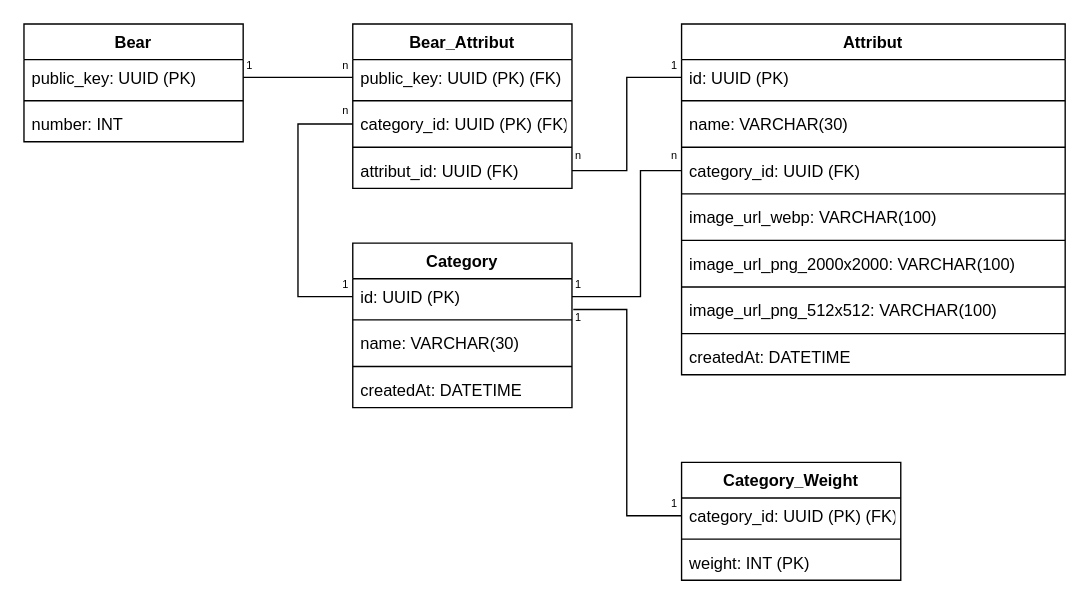
This is page "Page-1" (1 of 2) of resources/database/uml_er_diagram.drawio from okbcommunity/dressing-room-backend, a draw.io file, before an edit. Source tidied: cells renumbered, new cells numbered last; positions are measured from the earlier drawing's top-left corner, leaving out a move shared by most shapes. Both pictures are drawn from the tidied source at 137%, with x=0, y=0 at pixel (23, 23).
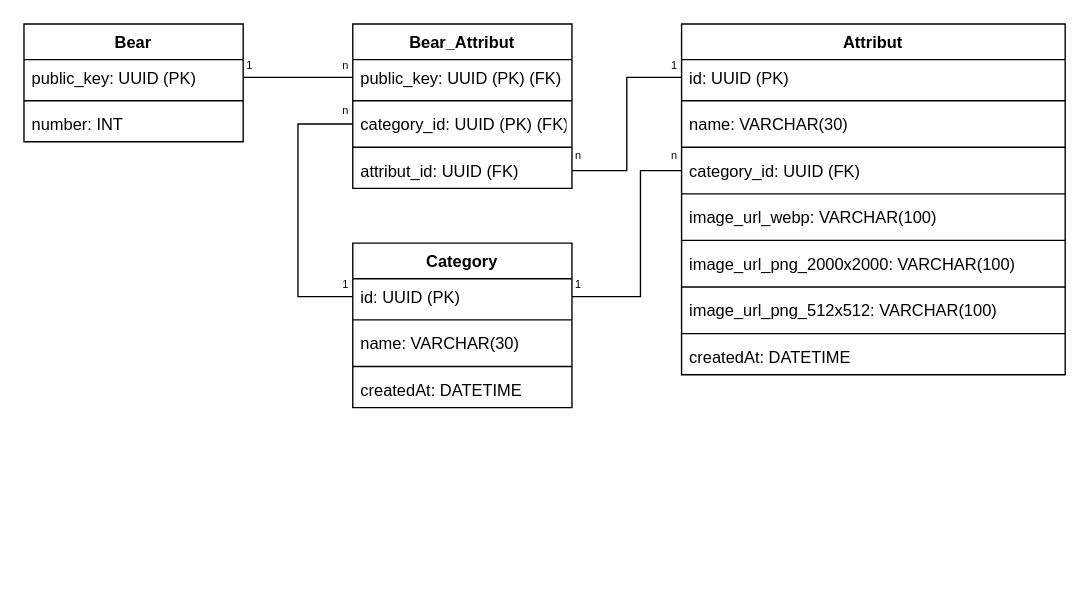
Above is the later version.

Commit message (it also covers changes not shown here):
added prisma schema

The change refers to these unchanged cells:
```xml
<mxCell id="21" value="id: UUID (PK)" style="text;strokeColor=none;fillColor=none;align=left;verticalAlign=top;spacingLeft=4;spacingRight=4;overflow=hidden;points=[[0,0.5],[1,0.5]];portConstraint=eastwest;" parent="20" vertex="1">
  <mxGeometry y="26" width="160" height="26" as="geometry" />
</mxCell>
```

What changed in the source:
```diff
@@
-    <mxCell id="26" value="Category_Weight" style="swimlane;fontStyle=1;align=center;verticalAlign=top;horizontal=1;startSize=26;" parent="1" vertex="1">
-      <mxGeometry x="480" y="320" width="160" height="86" as="geometry" />
-    </mxCell>
-    <mxCell id="27" value="category_id: UUID (PK) (FK)" style="text;strokeColor=none;fillColor=none;align=left;verticalAlign=top;spacingLeft=4;spacingRight=4;overflow=hidden;points=[[0,0.5],[1,0.5]];portConstraint=eastwest;" parent="26" vertex="1">
-      <mxGeometry y="26" width="160" height="26" as="geometry" />
-    </mxCell>
-    <mxCell id="28" style="line;strokeWidth=1;fillColor=none;align=left;verticalAlign=middle;spacingTop=-1;spacingLeft=3;spacingRight=3;labelPosition=right;strokeColor=inherit;" parent="26" vertex="1">
-      <mxGeometry y="52" width="160" height="8" as="geometry" />
-    </mxCell>
-    <mxCell id="29" value="weight: INT (PK)" style="text;strokeColor=none;fillColor=none;align=left;verticalAlign=top;spacingLeft=4;spacingRight=4;overflow=hidden;" parent="26" vertex="1">
-      <mxGeometry y="60" width="160" height="26" as="geometry" />
-    </mxCell>
@@
-    <mxCell id="48" style="endArrow=none;html=1;rounded=0;fontSize=8;entryX=0;entryY=0.5;entryDx=0;entryDy=0;exitX=1.006;exitY=0.861;exitDx=0;exitDy=0;exitPerimeter=0;edgeStyle=orthogonalEdgeStyle;" parent="1" edge="1" source="21" target="27">
-      <mxGeometry relative="1" as="geometry" />
-    </mxCell>
-    <mxCell id="49" value="1" style="text;html=1;strokeColor=none;fillColor=none;align=center;verticalAlign=middle;whiteSpace=wrap;rounded=0;fontSize=8;" parent="1" vertex="1">
-      <mxGeometry x="400" y="204" width="10" height="20" as="geometry" />
-    </mxCell>
-    <mxCell id="50" value="1" style="text;html=1;strokeColor=none;fillColor=none;align=center;verticalAlign=middle;whiteSpace=wrap;rounded=0;fontSize=8;" parent="1" vertex="1">
-      <mxGeometry x="470" y="340" width="10" height="20" as="geometry" />
-    </mxCell>
```
